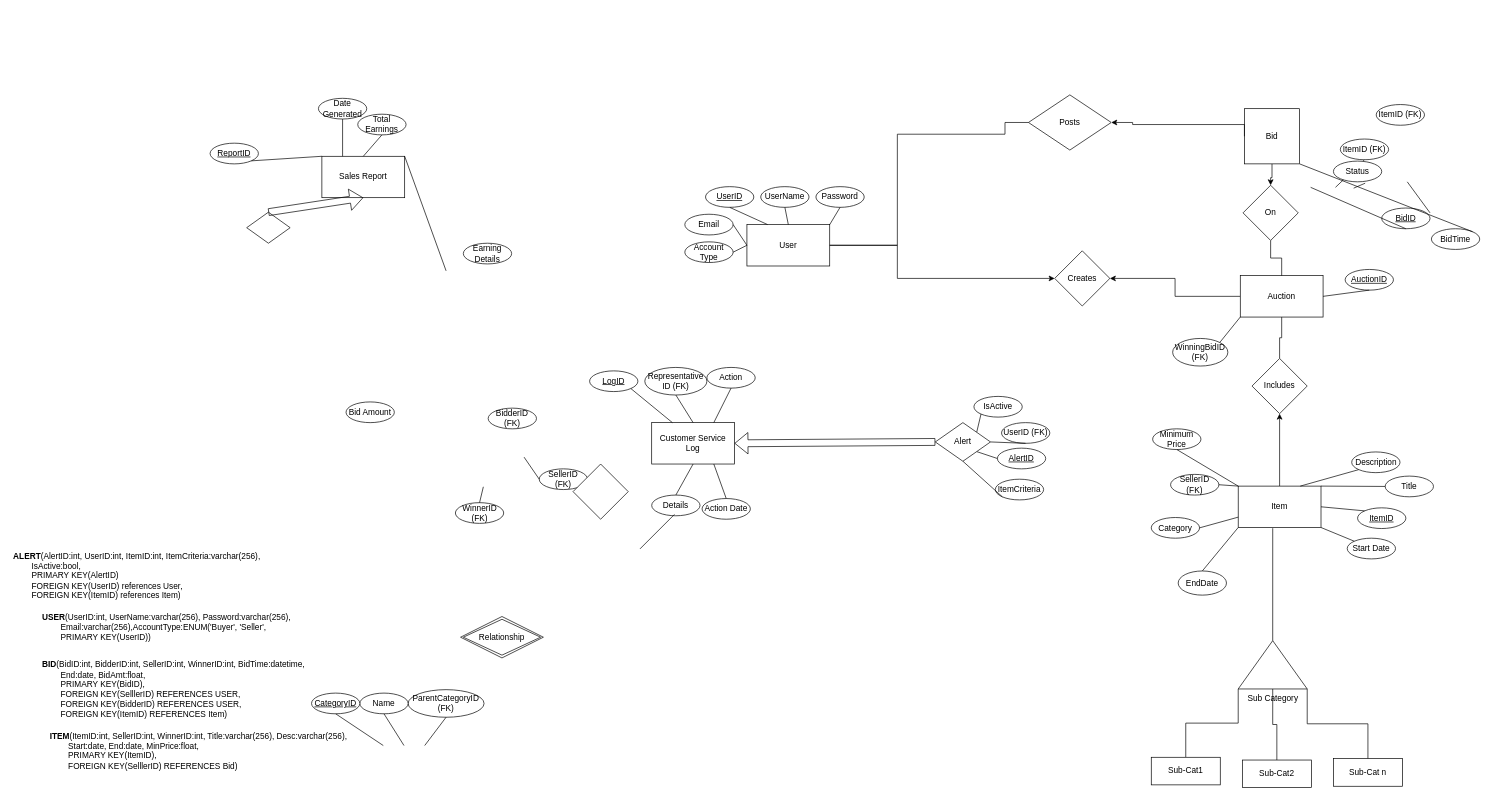
Above: Project1ER.drawio in Swoopi/PrinInfo (draw.io), before the change. Source tidied: cells renumbered, new cells numbered last; positions are measured from the earlier drawing's top-left corner, leaving out a move shared by most shapes. Both pictures are drawn from the tidied source at 69%, with x=0, y=0 at pixel (12, 95).
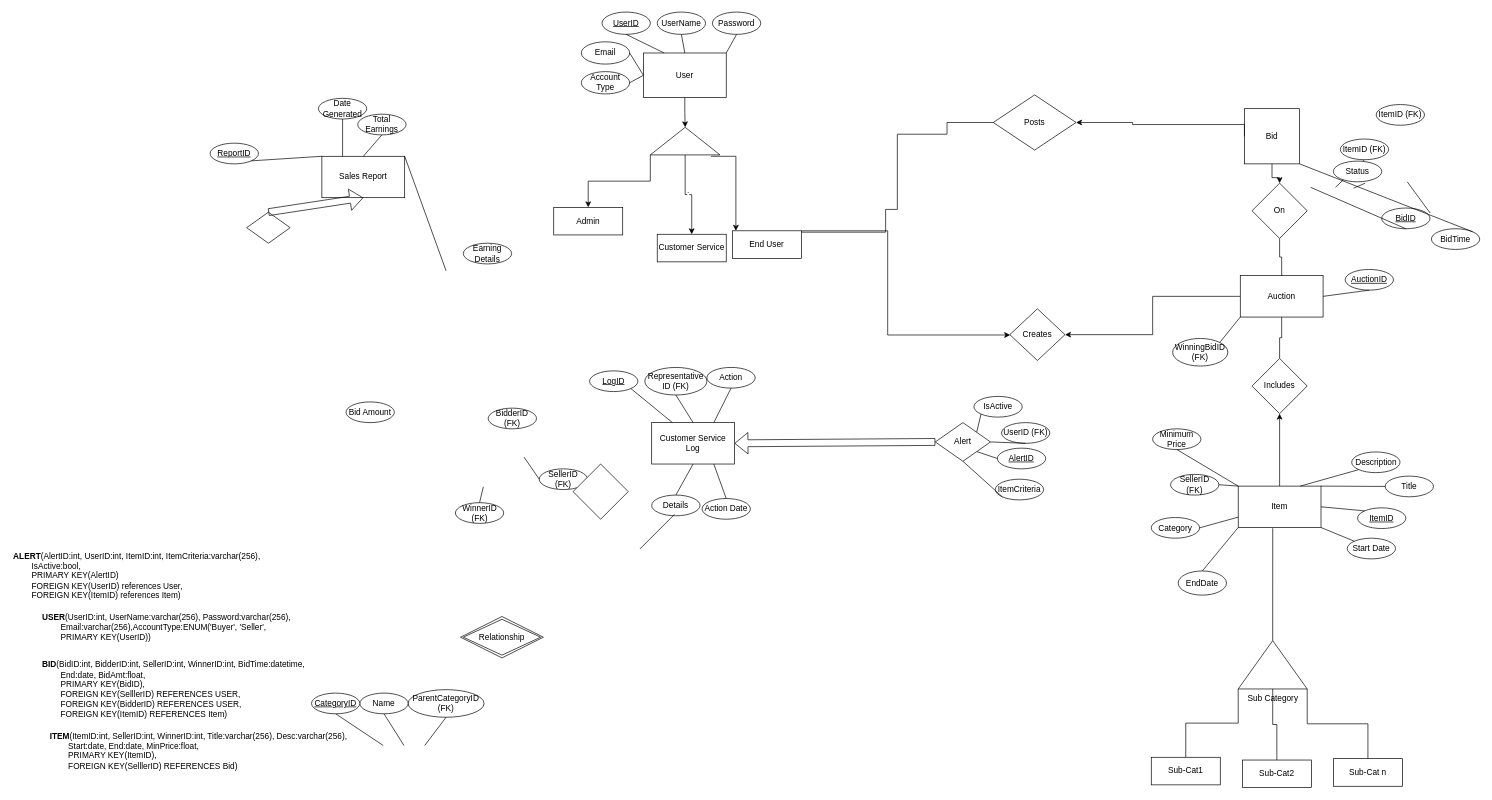
Above is the later version.

Commit message:
Updated User to ISA with Admin, Customer Service and End User

Diff of the diagram source:
```diff
@@
     <mxCell id="77" style="group;" parent="1" vertex="1">
-      <mxGeometry x="975" y="133" width="260" height="115" as="geometry" />
+      <mxGeometry x="825" y="-120" width="260" height="124" as="geometry" />
     </mxCell>
     <mxCell id="78" value="User" style="rounded=0;whiteSpace=wrap;html=1;" parent="77" vertex="1">
-      <mxGeometry x="90" y="55" width="120" height="60" as="geometry" />
+      <mxGeometry x="90" y="59.3" width="120" height="64.7" as="geometry" />
     </mxCell>
     <mxCell id="79" value="&lt;u&gt;UserID&lt;/u&gt;" style="ellipse;whiteSpace=wrap;html=1;" parent="77" vertex="1">
-      <mxGeometry x="30" width="70" height="30" as="geometry" />
+      <mxGeometry x="30" width="70" height="32.3" as="geometry" />
     </mxCell>
     <mxCell id="80" value="UserName" style="ellipse;whiteSpace=wrap;html=1;" parent="77" vertex="1">
-      <mxGeometry x="110" width="70" height="30" as="geometry" />
+      <mxGeometry x="110" width="70" height="32.3" as="geometry" />
     </mxCell>
     <mxCell id="81" value="Password" style="ellipse;whiteSpace=wrap;html=1;" parent="77" vertex="1">
-      <mxGeometry x="190" width="70" height="30" as="geometry" />
+      <mxGeometry x="190" width="70" height="32.3" as="geometry" />
     </mxCell>
     <mxCell id="82" value="Email" style="ellipse;whiteSpace=wrap;html=1;" parent="77" vertex="1">
-      <mxGeometry y="40" width="70" height="30" as="geometry" />
+      <mxGeometry y="43.1" width="70" height="32.3" as="geometry" />
     </mxCell>
     <mxCell id="83" value="Account Type" style="ellipse;whiteSpace=wrap;html=1;" parent="77" vertex="1">
-      <mxGeometry y="80" width="70" height="30" as="geometry" />
+      <mxGeometry y="86.3" width="70" height="32.3" as="geometry" />
     </mxCell>
@@
     <mxCell id="107" value="Posts" style="rhombus;whiteSpace=wrap;html=1;" parent="1" vertex="1">
-      <mxGeometry x="1473" width="120" height="80" as="geometry" />
+      <mxGeometry x="1422" width="120" height="80" as="geometry" />
     </mxCell>
-    <mxCell id="108" style="edgeStyle=orthogonalEdgeStyle;rounded=0;jettySize=auto;html=1;exitX=1;exitY=0.5;exitDx=0;exitDy=0;endArrow=none;endFill=0;entryX=0;entryY=0.5;entryDx=0;entryDy=0;" parent="1" edge="1" source="78" target="107">
+    <mxCell id="108" style="edgeStyle=orthogonalEdgeStyle;rounded=0;jettySize=auto;html=1;endArrow=none;endFill=0;entryX=0;entryY=0.5;entryDx=0;entryDy=0;exitX=1;exitY=0;exitDx=0;exitDy=0;" parent="1" edge="1" source="123" target="107">
       <mxGeometry relative="1" as="geometry">
         <Array as="points">
-          <mxPoint x="1283" y="218" />
+          <mxPoint x="1266" y="199" />
+          <mxPoint x="1266" y="166" />
+          <mxPoint x="1283" y="166" />
           <mxPoint x="1283" y="57" />
-          <mxPoint x="1439" y="57" />
-          <mxPoint x="1439" y="40" />
+          <mxPoint x="1355" y="57" />
+          <mxPoint x="1355" y="40" />
         </Array>
       </mxGeometry>
     </mxCell>
@@
     <mxCell id="112" value="Creates" style="rhombus;whiteSpace=wrap;html=1;" parent="1" vertex="1">
-      <mxGeometry x="1511" y="226" width="80" height="80" as="geometry" />
+      <mxGeometry x="1446" y="310" width="80" height="75" as="geometry" />
     </mxCell>
-    <mxCell id="113" style="edgeStyle=orthogonalEdgeStyle;rounded=0;jettySize=auto;html=1;exitX=1;exitY=0.5;exitDx=0;exitDy=0;" parent="1" edge="1" source="78" target="112">
+    <mxCell id="113" style="edgeStyle=orthogonalEdgeStyle;rounded=0;jettySize=auto;html=1;exitX=1;exitY=0;exitDx=0;exitDy=0;" parent="1" edge="1" source="123" target="112">
       <mxGeometry relative="1" as="geometry">
         <Array as="points">
-          <mxPoint x="1283" y="218" />
-          <mxPoint x="1283" y="266" />
+          <mxPoint x="1269" y="348" />
         </Array>
       </mxGeometry>
     </mxCell>
@@
     <mxCell id="115" value="On" style="rhombus;whiteSpace=wrap;html=1;" parent="1" vertex="1">
-      <mxGeometry x="1784" y="131" width="80" height="80" as="geometry" />
+      <mxGeometry x="1797" y="128" width="80" height="80" as="geometry" />
     </mxCell>
@@
+    <mxCell id="118" style="edgeStyle=orthogonalEdgeStyle;rounded=0;jettySize=auto;html=1;exitX=0.871;exitY=1.05;exitDx=0;exitDy=0;exitPerimeter=0;" parent="1" edge="1" source="121" target="123">
+      <mxGeometry relative="1" as="geometry">
+        <Array as="points">
+          <mxPoint x="1049" y="89" />
+        </Array>
+      </mxGeometry>
+    </mxCell>
+    <mxCell id="119" value="`" style="edgeStyle=orthogonalEdgeStyle;rounded=0;jettySize=auto;html=1;exitX=0.5;exitY=1;exitDx=0;exitDy=0;exitPerimeter=0;" parent="1" edge="1" source="121" target="124">
+      <mxGeometry relative="1" as="geometry" />
+    </mxCell>
+    <mxCell id="120" style="edgeStyle=orthogonalEdgeStyle;rounded=0;jettySize=auto;html=1;exitX=0;exitY=1;exitDx=0;exitDy=0;exitPerimeter=0;" parent="1" edge="1" source="121" target="125">
+      <mxGeometry relative="1" as="geometry" />
+    </mxCell>
+    <mxCell id="121" style="verticalLabelPosition=bottom;verticalAlign=top;html=1;shape=mxgraph.basic.acute_triangle;dx=0.5;" parent="1" vertex="1">
+      <mxGeometry x="925" y="47" width="101" height="40" as="geometry" />
+    </mxCell>
+    <mxCell id="122" style="edgeStyle=orthogonalEdgeStyle;rounded=0;jettySize=auto;html=1;" parent="1" edge="1" source="78" target="121">
+      <mxGeometry relative="1" as="geometry" />
+    </mxCell>
+    <mxCell id="123" value="End User" style="whiteSpace=wrap;html=1;align=center;" parent="1" vertex="1">
+      <mxGeometry x="1044" y="197" width="100" height="40" as="geometry" />
+    </mxCell>
+    <mxCell id="124" value="Customer Service" style="whiteSpace=wrap;html=1;align=center;" parent="1" vertex="1">
+      <mxGeometry x="935" y="202" width="100" height="40" as="geometry" />
+    </mxCell>
+    <mxCell id="125" value="Admin" style="whiteSpace=wrap;html=1;align=center;" parent="1" vertex="1">
+      <mxGeometry x="785" y="163" width="100" height="40" as="geometry" />
+    </mxCell>
```
